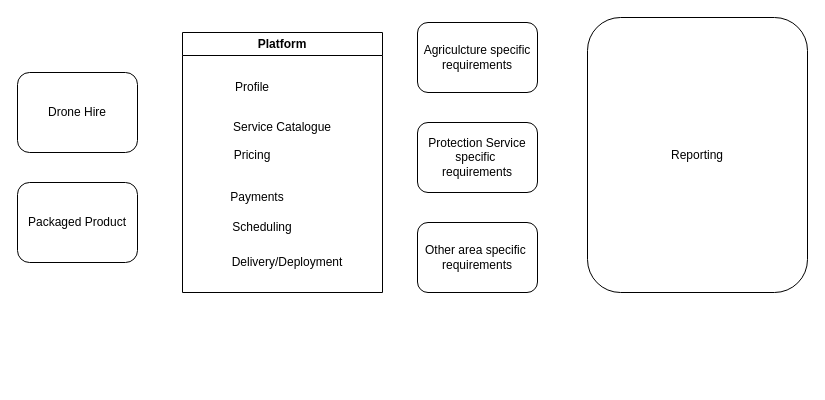
The draw.io diagram page "Page-2" (2 of 2) of DroneFlow.drawio in SifisoMzansi/architecture-diagrams, before the edit. Source tidied: cells renumbered, new cells numbered last; positions are measured from the earlier drawing's top-left corner, leaving out a move shared by most shapes. Both pictures are drawn from the tidied source at 100%, with x=0, y=0 at pixel (17, 17).
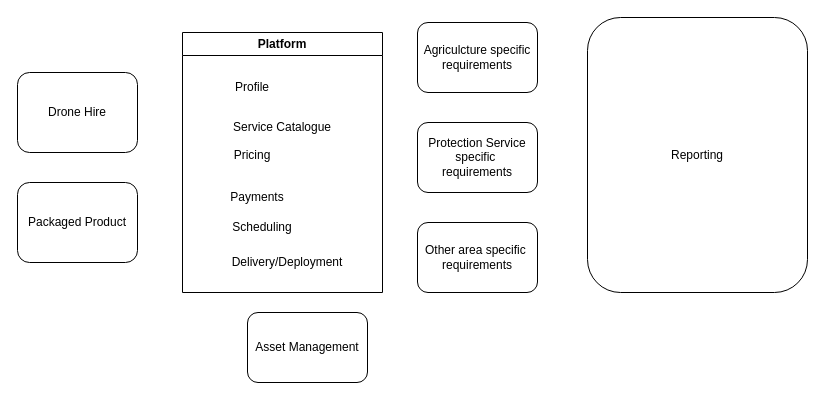
The same diagram, later.

The edit, as a diff of the source:
```diff
@@
 <mxGraphModel>
   <root>
     <mxCell id="0" />
     <mxCell id="1" parent="0" />
     <mxCell id="2" value="Platform" style="swimlane;whiteSpace=wrap;html=1;" parent="1" vertex="1">
       <mxGeometry x="165" y="15" width="200" height="260" as="geometry" />
     </mxCell>
     <mxCell id="3" value="Profile" style="text;html=1;align=center;verticalAlign=middle;whiteSpace=wrap;rounded=0;" parent="2" vertex="1">
       <mxGeometry x="20" y="40" width="100" height="30" as="geometry" />
     </mxCell>
     <mxCell id="4" value="Service Catalogue" style="text;html=1;align=center;verticalAlign=middle;whiteSpace=wrap;rounded=0;" parent="2" vertex="1">
       <mxGeometry x="45" y="80" width="110" height="30" as="geometry" />
     </mxCell>
     <mxCell id="5" value="Payments" style="text;html=1;align=center;verticalAlign=middle;whiteSpace=wrap;rounded=0;" parent="2" vertex="1">
       <mxGeometry x="20" y="150" width="110" height="30" as="geometry" />
     </mxCell>
     <mxCell id="6" value="Scheduling" style="text;html=1;align=center;verticalAlign=middle;whiteSpace=wrap;rounded=0;" parent="2" vertex="1">
       <mxGeometry x="25" y="180" width="110" height="30" as="geometry" />
     </mxCell>
     <mxCell id="7" value="Delivery/Deployment" style="text;html=1;align=center;verticalAlign=middle;whiteSpace=wrap;rounded=0;" parent="2" vertex="1">
       <mxGeometry x="50" y="210" width="110" height="40" as="geometry" />
     </mxCell>
     <mxCell id="8" value="Pricing&lt;div&gt;&lt;br&gt;&lt;/div&gt;" style="text;html=1;align=center;verticalAlign=middle;whiteSpace=wrap;rounded=0;" parent="2" vertex="1">
       <mxGeometry x="15" y="115" width="110" height="30" as="geometry" />
     </mxCell>
     <mxCell id="9" value="Agriculcture specific requirements" style="rounded=1;whiteSpace=wrap;html=1;" parent="1" vertex="1">
       <mxGeometry x="400" y="5" width="120" height="70" as="geometry" />
     </mxCell>
     <mxCell id="10" value="Protection Service specific&amp;nbsp;&lt;div&gt;requirements&lt;/div&gt;" style="rounded=1;whiteSpace=wrap;html=1;" parent="1" vertex="1">
       <mxGeometry x="400" y="105" width="120" height="70" as="geometry" />
     </mxCell>
     <mxCell id="11" value="Other area specific&amp;nbsp;&lt;div&gt;requirements&lt;/div&gt;" style="rounded=1;whiteSpace=wrap;html=1;" parent="1" vertex="1">
       <mxGeometry x="400" y="205" width="120" height="70" as="geometry" />
     </mxCell>
     <mxCell id="12" value="Drone Hire" style="rounded=1;whiteSpace=wrap;html=1;" parent="1" vertex="1">
       <mxGeometry y="55" width="120" height="80" as="geometry" />
     </mxCell>
     <mxCell id="13" value="Packaged Product" style="rounded=1;whiteSpace=wrap;html=1;" parent="1" vertex="1">
       <mxGeometry y="165" width="120" height="80" as="geometry" />
     </mxCell>
     <mxCell id="14" value="Reporting" style="rounded=1;whiteSpace=wrap;html=1;" parent="1" vertex="1">
       <mxGeometry x="570" width="220" height="275" as="geometry" />
     </mxCell>
+    <mxCell id="15" value="Asset Management" style="rounded=1;whiteSpace=wrap;html=1;" parent="1" vertex="1">
+      <mxGeometry x="230" y="295" width="120" height="70" as="geometry" />
+    </mxCell>
   </root>
 </mxGraphModel>
```
